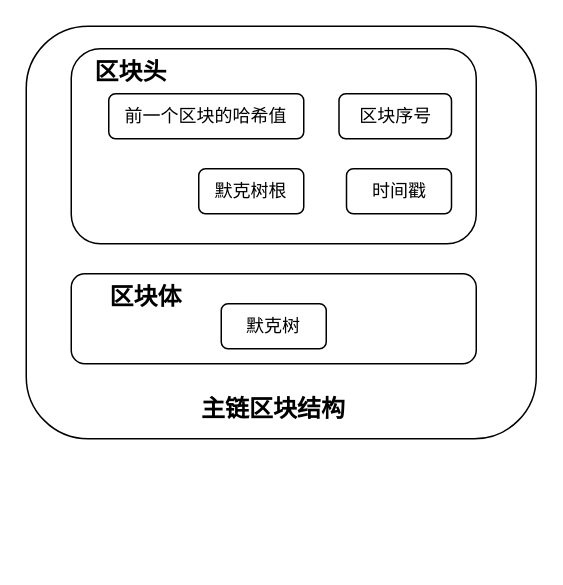
Above: 毕业论文第3章主链区块.drawio in burnandgun/diagrams (draw.io), before the change. Source tidied: cells renumbered, new cells numbered last; positions are measured from the earlier drawing's top-left corner, leaving out a move shared by most shapes. Both pictures are drawn from the tidied source at 150%, with x=0, y=0 at pixel (26, 26).
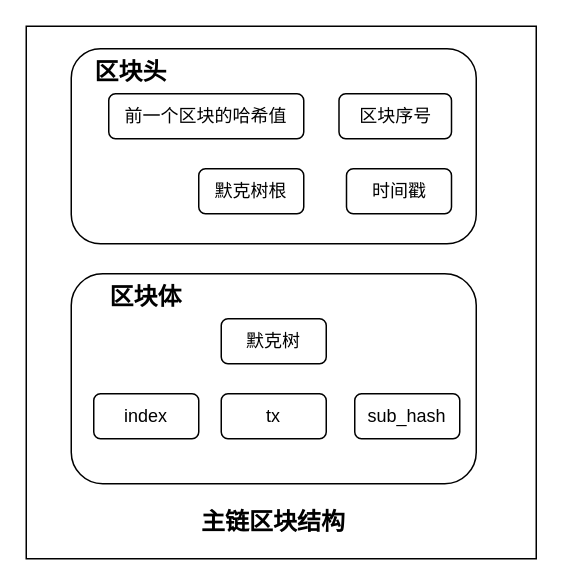
The same diagram, later.

Commit message:
更新毕业论文第3章主链区块.drawio

Diff of the diagram source:
```diff
@@
 <mxGraphModel>
   <root>
     <mxCell id="0" />
     <mxCell id="1" parent="0" />
+    <mxCell id="12" style="rounded=0;whiteSpace=wrap;html=1;strokeColor=default;fontFamily=Helvetica;fontSize=12;fontColor=default;fillColor=none;" parent="1" vertex="1">
+      <mxGeometry width="340" height="355" as="geometry" />
+    </mxCell>
     <mxCell id="2" style="rounded=1;whiteSpace=wrap;html=1;fillColor=none;" parent="1" vertex="1">
-      <mxGeometry x="30" y="165" width="270" height="60" as="geometry" />
+      <mxGeometry x="30" y="165" width="270" height="140" as="geometry" />
     </mxCell>
     <mxCell id="3" style="rounded=1;whiteSpace=wrap;html=1;fillColor=none;" parent="1" vertex="1">
       <mxGeometry x="30" y="15" width="270" height="130" as="geometry" />
     </mxCell>
     <mxCell id="4" value="前一个区块的哈希值" style="rounded=1;whiteSpace=wrap;html=1;fillColor=default;" parent="1" vertex="1">
       <mxGeometry x="55" y="45" width="130" height="30" as="geometry" />
     </mxCell>
     <mxCell id="5" value="默克树根" style="rounded=1;whiteSpace=wrap;html=1;fillColor=default;" parent="1" vertex="1">
       <mxGeometry x="115" y="95" width="70" height="30" as="geometry" />
     </mxCell>
     <mxCell id="6" value="时间戳" style="rounded=1;whiteSpace=wrap;html=1;fillColor=default;" parent="1" vertex="1">
       <mxGeometry x="213.5" y="95" width="70" height="30" as="geometry" />
     </mxCell>
     <mxCell id="7" value="&lt;span style=&quot;font-size: 16px;&quot;&gt;&lt;b&gt;区块体&lt;/b&gt;&lt;/span&gt;" style="text;html=1;strokeColor=none;fillColor=none;align=center;verticalAlign=middle;whiteSpace=wrap;rounded=0;" parent="1" vertex="1">
       <mxGeometry x="20" y="165" width="120" height="30" as="geometry" />
     </mxCell>
     <mxCell id="8" value="&lt;span style=&quot;font-size: 16px;&quot;&gt;&lt;b&gt;区块头&lt;/b&gt;&lt;/span&gt;" style="text;html=1;strokeColor=none;fillColor=none;align=center;verticalAlign=middle;whiteSpace=wrap;rounded=0;" parent="1" vertex="1">
       <mxGeometry x="10" y="15" width="120" height="30" as="geometry" />
     </mxCell>
     <mxCell id="9" value="区块序号" style="rounded=1;whiteSpace=wrap;html=1;fillColor=default;" parent="1" vertex="1">
       <mxGeometry x="208.5" y="45" width="75" height="30" as="geometry" />
     </mxCell>
     <mxCell id="10" value="默克树" style="rounded=1;whiteSpace=wrap;html=1;fillColor=default;" parent="1" vertex="1">
-      <mxGeometry x="130" y="185" width="70" height="30" as="geometry" />
+      <mxGeometry x="130" y="195" width="70" height="30" as="geometry" />
     </mxCell>
     <mxCell id="11" value="&lt;span style=&quot;font-size: 16px;&quot;&gt;&lt;b&gt;主链区块结构&lt;/b&gt;&lt;/span&gt;" style="text;html=1;strokeColor=none;fillColor=none;align=center;verticalAlign=middle;whiteSpace=wrap;rounded=0;" parent="1" vertex="1">
-      <mxGeometry x="105" y="240" width="120" height="30" as="geometry" />
+      <mxGeometry x="105" y="315" width="120" height="30" as="geometry" />
     </mxCell>
-    <mxCell id="12" style="rounded=1;whiteSpace=wrap;html=1;strokeColor=default;fontFamily=Helvetica;fontSize=12;fontColor=default;fillColor=none;" parent="1" vertex="1">
-      <mxGeometry width="340" height="275" as="geometry" />
-    </mxCell>
+    <mxCell id="13" value="tx" style="rounded=1;whiteSpace=wrap;html=1;fillColor=default;" parent="1" vertex="1">
+      <mxGeometry x="130" y="245" width="70" height="30" as="geometry" />
+    </mxCell>
+    <mxCell id="14" value="index" style="rounded=1;whiteSpace=wrap;html=1;fillColor=default;" parent="1" vertex="1">
+      <mxGeometry x="45" y="245" width="70" height="30" as="geometry" />
+    </mxCell>
+    <mxCell id="15" value="sub_hash" style="rounded=1;whiteSpace=wrap;html=1;fillColor=default;" parent="1" vertex="1">
+      <mxGeometry x="219" y="245" width="70" height="30" as="geometry" />
+    </mxCell>
   </root>
 </mxGraphModel>
```
